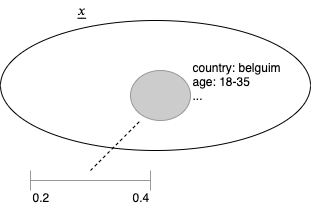
Above: lon_19_cgs/img/assess_problem.png in atavory/atavory.github.io (draw.io), before the change. Source tidied: cells renumbered, new cells last; positions are measured from the earlier drawing's top-left corner, leaving out a move shared by most shapes. Its diagram source:
```xml
<mxGraphModel math="1">
  <root>
    <mxCell id="0" />
    <mxCell id="1" parent="0" />
    <mxCell id="2" style="ellipse;whiteSpace=wrap;html=1;fillColor=#CCCCCC;strokeColor=#999999;" parent="1" vertex="1">
      <mxGeometry x="130" y="70" width="60" height="50" as="geometry" />
    </mxCell>
    <mxCell id="3" value="$$\underline{x}$$" style="text;html=1;strokeColor=none;fillColor=none;align=center;verticalAlign=middle;whiteSpace=wrap;rounded=0;" parent="1" vertex="1">
      <mxGeometry x="60" width="40" height="20" as="geometry" />
    </mxCell>
    <mxCell id="4" style="endArrow=none;dashed=1;html=1;" parent="1" edge="1">
      <mxGeometry relative="1" as="geometry">
        <mxPoint x="90" y="170" as="sourcePoint" />
        <mxPoint x="140" y="120" as="targetPoint" />
      </mxGeometry>
    </mxCell>
    <mxCell id="5" style="shape=crossbar;whiteSpace=wrap;html=1;rounded=1;strokeColor=#999999;fillColor=#CCCCCC;" parent="1" vertex="1">
      <mxGeometry x="30" y="170" width="120" height="20" as="geometry" />
    </mxCell>
    <mxCell id="6" value="0.2" style="text;html=1;align=left;verticalAlign=top;spacingTop=-4;" parent="1" vertex="1">
      <mxGeometry x="30" y="187" width="30" height="20" as="geometry" />
    </mxCell>
    <mxCell id="7" value="0.4" style="text;html=1;align=left;verticalAlign=top;spacingTop=-4;" parent="1" vertex="1">
      <mxGeometry x="130" y="187" width="30" height="20" as="geometry" />
    </mxCell>
    <mxCell id="8" style="strokeWidth=1;html=1;shape=mxgraph.flowchart.start_1;whiteSpace=wrap;fillColor=none;strokeColor=#000000;" parent="1" vertex="1">
      <mxGeometry y="20" width="310" height="130" as="geometry" />
    </mxCell>
    <mxCell id="9" value="country: belguim&lt;br&gt;age: 18-35&lt;br&gt;..." style="text;html=1;strokeColor=none;fillColor=none;align=left;verticalAlign=middle;whiteSpace=wrap;rounded=0;" parent="1" vertex="1">
      <mxGeometry x="190" y="50" width="120" height="60" as="geometry" />
    </mxCell>
  </root>
</mxGraphModel>
```
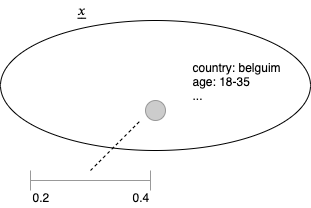
The same file after the commit.

Diff of the diagram source:
```diff
@@ -2,29 +2,29 @@
   <root>
     <mxCell id="0" />
     <mxCell id="1" parent="0" />
-    <mxCell id="2" style="ellipse;whiteSpace=wrap;html=1;fillColor=#CCCCCC;strokeColor=#999999;" parent="1" vertex="1">
-      <mxGeometry x="130" y="70" width="60" height="50" as="geometry" />
+    <mxCell id="2" style="strokeWidth=1;html=1;shape=mxgraph.flowchart.start_1;whiteSpace=wrap;fillColor=none;strokeColor=#000000;" parent="1" vertex="1">
+      <mxGeometry y="20" width="310" height="130" as="geometry" />
     </mxCell>
-    <mxCell id="3" value="$$\underline{x}$$" style="text;html=1;strokeColor=none;fillColor=none;align=center;verticalAlign=middle;whiteSpace=wrap;rounded=0;" parent="1" vertex="1">
-      <mxGeometry x="60" width="40" height="20" as="geometry" />
+    <mxCell id="3" style="ellipse;whiteSpace=wrap;html=1;fillColor=#CCCCCC;strokeColor=#999999;" parent="1" vertex="1">
+      <mxGeometry x="145" y="100" width="20" height="20" as="geometry" />
     </mxCell>
-    <mxCell id="4" style="endArrow=none;dashed=1;html=1;" parent="1" edge="1">
-      <mxGeometry relative="1" as="geometry">
-        <mxPoint x="90" y="170" as="sourcePoint" />
-        <mxPoint x="140" y="120" as="targetPoint" />
-      </mxGeometry>
+    <mxCell id="4" value="$$\underline{x}$$" style="text;html=1;strokeColor=none;fillColor=none;align=center;verticalAlign=middle;whiteSpace=wrap;rounded=0;" parent="1" vertex="1">
+      <mxGeometry x="60" width="40" height="20" as="geometry" />
     </mxCell>
-    <mxCell id="5" style="shape=crossbar;whiteSpace=wrap;html=1;rounded=1;strokeColor=#999999;fillColor=#CCCCCC;" parent="1" vertex="1">
-      <mxGeometry x="30" y="170" width="120" height="20" as="geometry" />
+    <mxCell id="5" style="endArrow=none;dashed=1;html=1;" parent="1" edge="1">
+      <mxGeometry relative="1" as="geometry">
+        <mxPoint x="90" y="170" as="sourcePoint" />
+        <mxPoint x="140" y="120" as="targetPoint" />
+      </mxGeometry>
     </mxCell>
-    <mxCell id="6" value="0.2" style="text;html=1;align=left;verticalAlign=top;spacingTop=-4;" parent="1" vertex="1">
-      <mxGeometry x="30" y="187" width="30" height="20" as="geometry" />
+    <mxCell id="6" style="shape=crossbar;whiteSpace=wrap;html=1;rounded=1;strokeColor=#999999;fillColor=#CCCCCC;" parent="1" vertex="1">
+      <mxGeometry x="30" y="170" width="120" height="20" as="geometry" />
     </mxCell>
-    <mxCell id="7" value="0.4" style="text;html=1;align=left;verticalAlign=top;spacingTop=-4;" parent="1" vertex="1">
-      <mxGeometry x="130" y="187" width="30" height="20" as="geometry" />
+    <mxCell id="7" value="0.2" style="text;html=1;align=left;verticalAlign=top;spacingTop=-4;" parent="1" vertex="1">
+      <mxGeometry x="30" y="187" width="30" height="20" as="geometry" />
     </mxCell>
-    <mxCell id="8" style="strokeWidth=1;html=1;shape=mxgraph.flowchart.start_1;whiteSpace=wrap;fillColor=none;strokeColor=#000000;" parent="1" vertex="1">
-      <mxGeometry y="20" width="310" height="130" as="geometry" />
+    <mxCell id="8" value="0.4" style="text;html=1;align=left;verticalAlign=top;spacingTop=-4;" parent="1" vertex="1">
+      <mxGeometry x="130" y="187" width="30" height="20" as="geometry" />
     </mxCell>
     <mxCell id="9" value="country: belguim&lt;br&gt;age: 18-35&lt;br&gt;..." style="text;html=1;strokeColor=none;fillColor=none;align=left;verticalAlign=middle;whiteSpace=wrap;rounded=0;" parent="1" vertex="1">
       <mxGeometry x="190" y="50" width="120" height="60" as="geometry" />
```
